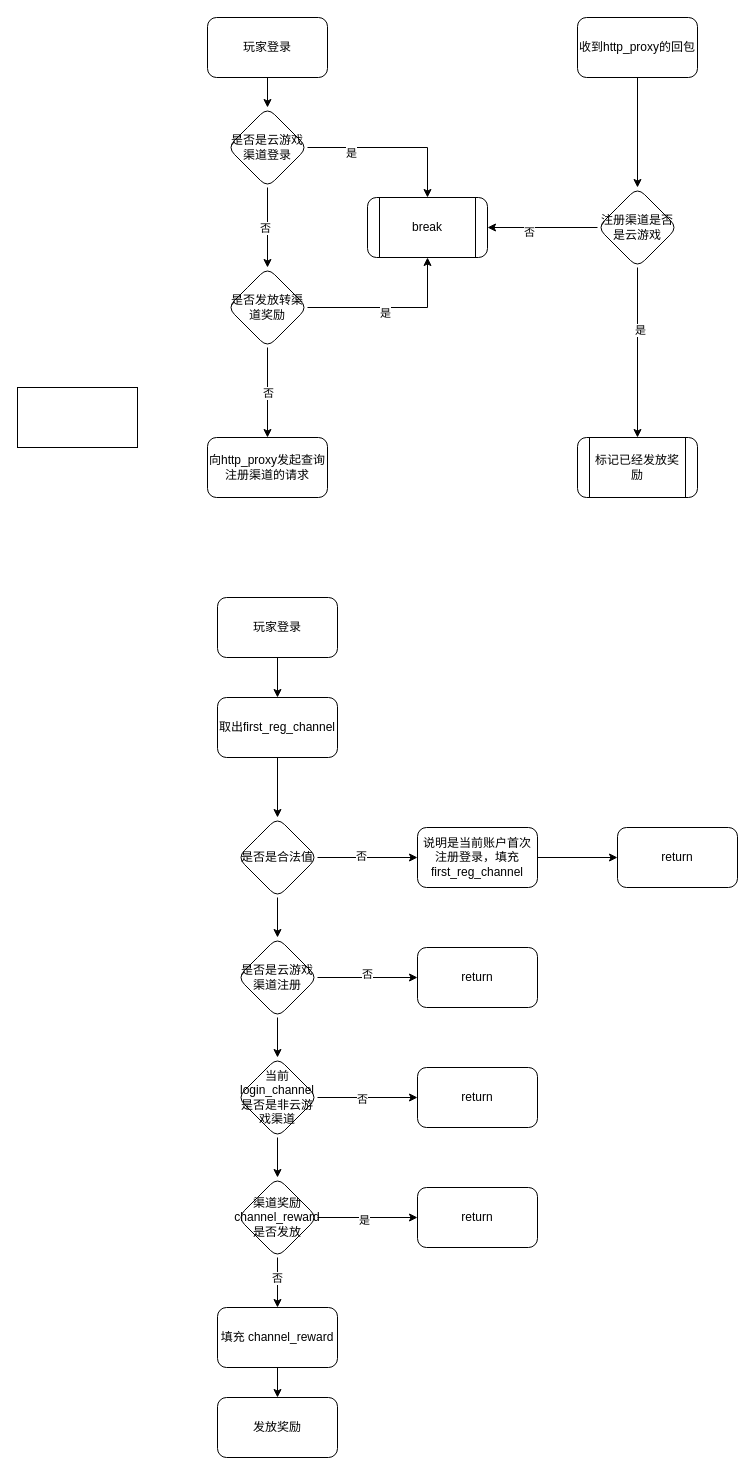
This is 转渠道逻辑.drawio from junpfeng/UE, a draw.io file, before an edit. Source tidied: cells renumbered, new cells numbered last; positions are measured from the earlier drawing's top-left corner, leaving out a move shared by most shapes. Both pictures are drawn from the tidied source at 100%, with x=0, y=0 at pixel (17, 17).
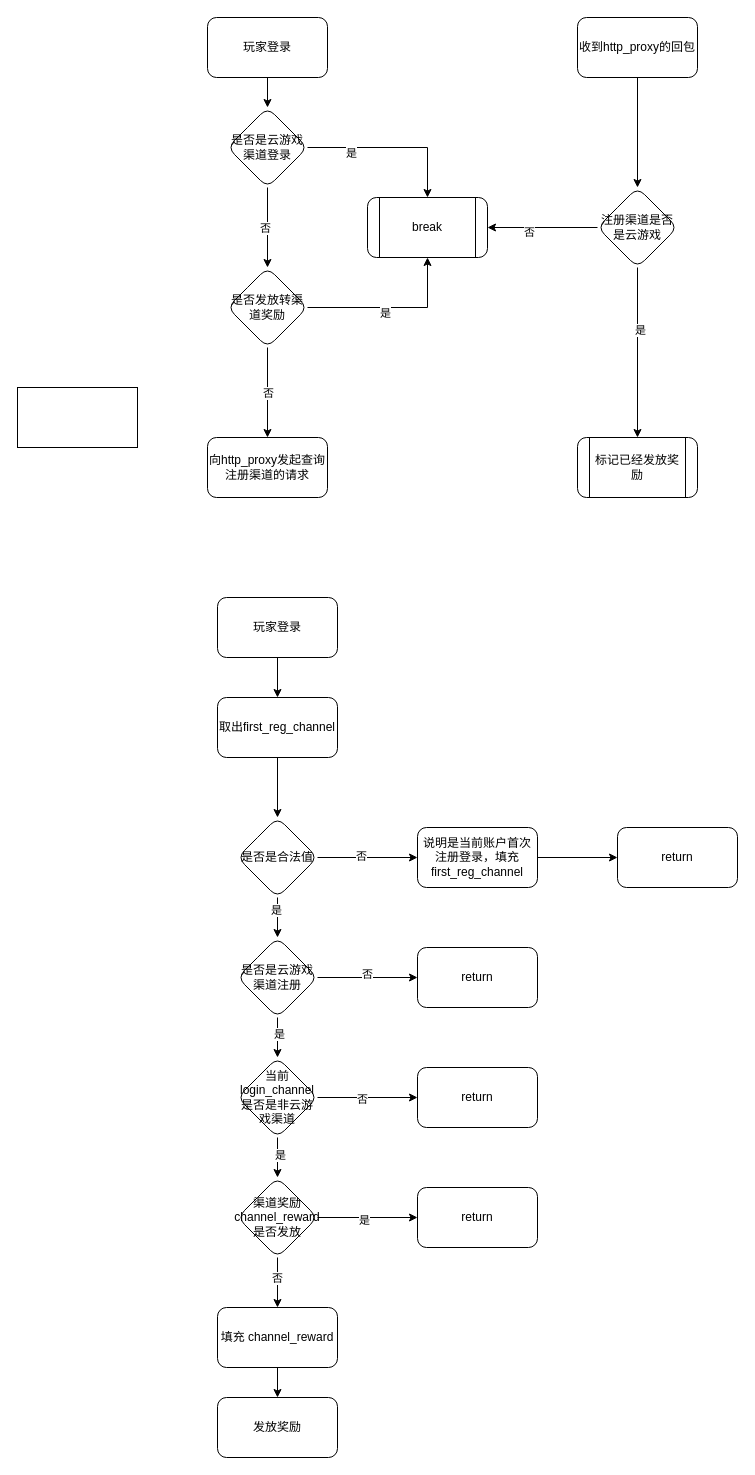
After the change.

Commit message:
更新转渠道逻辑.drawio

Unchanged cells that the change refers to:
```xml
<mxCell id="31" style="edgeStyle=orthogonalEdgeStyle;rounded=0;jettySize=auto;html=1;" parent="1" edge="1" source="32" target="39">
  <mxGeometry relative="1" as="geometry" />
</mxCell>
<mxCell id="39" value="是否是云游戏渠道注册" style="rhombus;whiteSpace=wrap;html=1;rounded=1;" parent="1" vertex="1">
  <mxGeometry x="220" y="920" width="80" height="80" as="geometry" />
</mxCell>
<mxCell id="43" style="edgeStyle=orthogonalEdgeStyle;rounded=0;jettySize=auto;html=1;" parent="1" edge="1" source="44" target="50">
  <mxGeometry relative="1" as="geometry" />
</mxCell>
<mxCell id="44" value="当前login_channel是否是非云游戏渠道" style="rhombus;whiteSpace=wrap;html=1;rounded=1;" parent="1" vertex="1">
  <mxGeometry x="220" y="1040" width="80" height="80" as="geometry" />
</mxCell>
```

What changed in the source:
```diff
@@
+    <mxCell id="55" value="是" style="edgeLabel;html=1;align=center;verticalAlign=middle;" parent="31" vertex="1">
+      <mxGeometry x="-0.39" y="-2" relative="1" as="geometry" />
+    </mxCell>
@@
     <mxCell id="38" style="edgeStyle=orthogonalEdgeStyle;rounded=0;jettySize=auto;html=1;" parent="1" edge="1" source="39" target="44">
-      <mxGeometry relative="1" as="geometry" />
+      <mxGeometry relative="1" as="geometry">
+        <Array as="points">
+          <mxPoint x="260" y="1020" />
+          <mxPoint x="260" y="1020" />
+        </Array>
+      </mxGeometry>
     </mxCell>
+    <mxCell id="56" value="是" style="edgeLabel;html=1;align=center;verticalAlign=middle;" parent="38" vertex="1">
+      <mxGeometry x="-0.19" y="1" relative="1" as="geometry" />
+    </mxCell>
@@
+    <mxCell id="57" value="是" style="edgeLabel;html=1;align=center;verticalAlign=middle;" parent="43" vertex="1">
+      <mxGeometry x="-0.15" y="2" relative="1" as="geometry" />
+    </mxCell>
```
